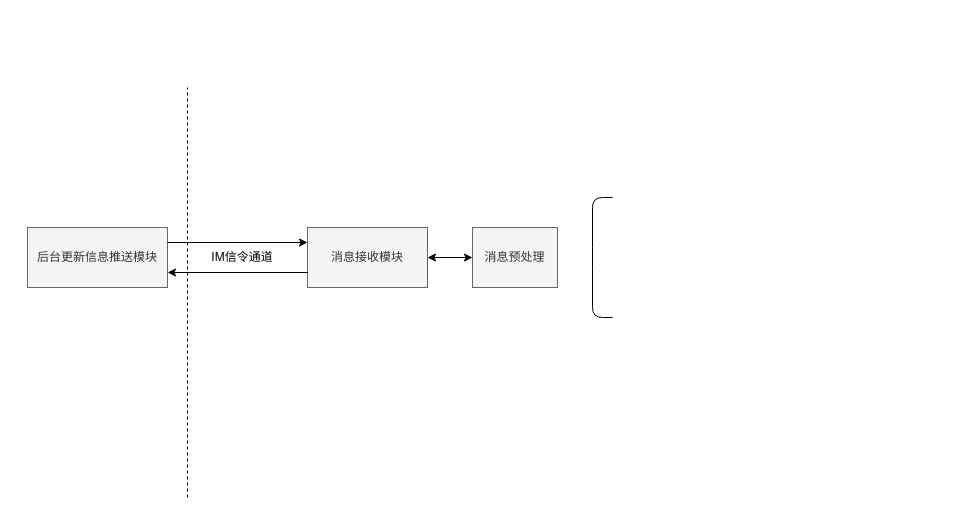
klarm/blog keeps this draw.io diagram as Untitled Diagram.drawio. Above is the earlier version. Source tidied: cells renumbered, new cells numbered last; positions are measured from the earlier drawing's top-left corner, leaving out a move shared by most shapes. Both pictures are drawn from the tidied source at 100%, with x=0, y=0 at pixel (27, 87).
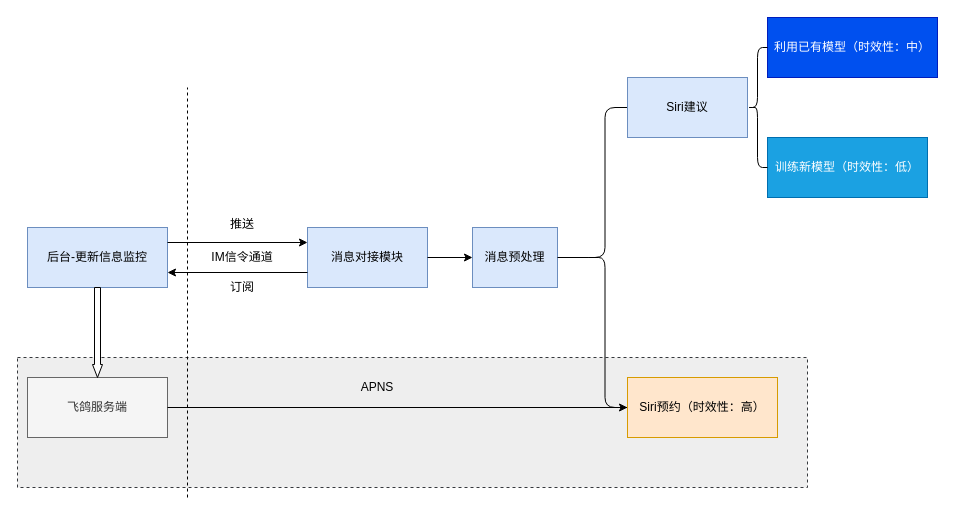
The same diagram, later.

The edit, as a diff of the source:
```diff
@@
+    <mxCell id="11" style="rounded=0;whiteSpace=wrap;html=1;dashed=1;fillColor=#eeeeee;strokeColor=#36393d;" parent="1" vertex="1">
+      <mxGeometry x="-10" y="270" width="790" height="130" as="geometry" />
+    </mxCell>
-    <mxCell id="2" value="后台更新信息推送模块" style="rounded=0;whiteSpace=wrap;html=1;fillColor=#f5f5f5;strokeColor=#666666;fontColor=#333333;" parent="1" vertex="1">
+    <mxCell id="2" value="后台-更新信息监控" style="rounded=0;whiteSpace=wrap;html=1;fillColor=#dae8fc;strokeColor=#6c8ebf;" parent="1" vertex="1">
       <mxGeometry y="140" width="140" height="60" as="geometry" />
     </mxCell>
-    <mxCell id="3" value="消息接收模块" style="rounded=0;whiteSpace=wrap;html=1;fillColor=#f5f5f5;strokeColor=#666666;fontColor=#333333;" parent="1" vertex="1">
+    <mxCell id="3" value="消息对接模块" style="rounded=0;whiteSpace=wrap;html=1;fillColor=#dae8fc;strokeColor=#6c8ebf;" parent="1" vertex="1">
       <mxGeometry x="280" y="140" width="120" height="60" as="geometry" />
     </mxCell>
@@
-    <mxCell id="8" value="消息预处理" style="rounded=0;whiteSpace=wrap;html=1;fillColor=#f5f5f5;strokeColor=#666666;fontColor=#333333;" parent="1" vertex="1">
+    <mxCell id="8" value="消息预处理" style="rounded=0;whiteSpace=wrap;html=1;fillColor=#dae8fc;strokeColor=#6c8ebf;" parent="1" vertex="1">
       <mxGeometry x="445" y="140" width="85" height="60" as="geometry" />
     </mxCell>
-    <mxCell id="9" style="shape=curlyBracket;whiteSpace=wrap;html=1;rounded=1;size=0;" parent="1" vertex="1">
-      <mxGeometry x="565" y="110" width="20" height="120" as="geometry" />
-    </mxCell>
-    <mxCell id="10" style="endArrow=classic;startArrow=classic;html=1;exitX=1;exitY=0.5;exitDx=0;exitDy=0;entryX=0;entryY=0.5;entryDx=0;entryDy=0;" parent="1" edge="1" source="3" target="8">
+    <mxCell id="10" style="endArrow=classic;startArrow=none;html=1;exitX=1;exitY=0.5;exitDx=0;exitDy=0;entryX=0;entryY=0.5;entryDx=0;entryDy=0;startFill=0;" parent="1" edge="1" source="3" target="8">
       <mxGeometry relative="1" as="geometry" />
     </mxCell>
+    <mxCell id="12" value="订阅" style="text;html=1;strokeColor=none;fillColor=none;align=center;verticalAlign=middle;whiteSpace=wrap;rounded=0;" parent="1" vertex="1">
+      <mxGeometry x="195" y="190" width="40" height="20" as="geometry" />
+    </mxCell>
+    <mxCell id="13" value="推送" style="text;html=1;strokeColor=none;fillColor=none;align=center;verticalAlign=middle;whiteSpace=wrap;rounded=0;" parent="1" vertex="1">
+      <mxGeometry x="195" y="127" width="40" height="20" as="geometry" />
+    </mxCell>
+    <mxCell id="14" style="shape=curlyBracket;whiteSpace=wrap;html=1;rounded=1;" parent="1" vertex="1">
+      <mxGeometry x="555" y="20" width="45" height="300" as="geometry" />
+    </mxCell>
+    <mxCell id="15" style="endArrow=none;html=1;exitX=1;exitY=0.5;exitDx=0;exitDy=0;" parent="1" edge="1" source="8">
+      <mxGeometry relative="1" as="geometry">
+        <mxPoint x="560" y="170" as="targetPoint" />
+      </mxGeometry>
+    </mxCell>
+    <mxCell id="16" value="Siri建议" style="rounded=0;whiteSpace=wrap;html=1;fillColor=#dae8fc;strokeColor=#6c8ebf;" parent="1" vertex="1">
+      <mxGeometry x="600" y="-10" width="120" height="60" as="geometry" />
+    </mxCell>
+    <mxCell id="17" value="Siri预约（时效性：高）" style="rounded=0;whiteSpace=wrap;html=1;fillColor=#ffe6cc;strokeColor=#d79b00;" parent="1" vertex="1">
+      <mxGeometry x="600" y="290" width="150" height="60" as="geometry" />
+    </mxCell>
+    <mxCell id="18" value="利用已有模型（时效性：中）" style="rounded=0;whiteSpace=wrap;html=1;fillColor=#0050ef;strokeColor=#001DBC;fontColor=#ffffff;" parent="1" vertex="1">
+      <mxGeometry x="740" y="-70" width="170" height="60" as="geometry" />
+    </mxCell>
+    <mxCell id="19" value="训练新模型（时效性：低）" style="rounded=0;whiteSpace=wrap;html=1;fillColor=#1ba1e2;strokeColor=#006EAF;fontColor=#ffffff;" parent="1" vertex="1">
+      <mxGeometry x="740" y="50" width="160" height="60" as="geometry" />
+    </mxCell>
+    <mxCell id="20" style="shape=curlyBracket;whiteSpace=wrap;html=1;rounded=1;" parent="1" vertex="1">
+      <mxGeometry x="720" y="-40" width="20" height="120" as="geometry" />
+    </mxCell>
+    <mxCell id="21" value="飞鸽服务端" style="rounded=0;whiteSpace=wrap;html=1;fillColor=#f5f5f5;strokeColor=#666666;fontColor=#333333;" parent="1" vertex="1">
+      <mxGeometry y="290" width="140" height="60" as="geometry" />
+    </mxCell>
+    <mxCell id="22" style="shape=singleArrow;direction=south;whiteSpace=wrap;html=1;arrowWidth=0.6;arrowSize=0.14444444444444443;" parent="1" vertex="1">
+      <mxGeometry x="65" y="200" width="10" height="90" as="geometry" />
+    </mxCell>
+    <mxCell id="23" style="endArrow=classic;html=1;entryX=0;entryY=0.5;entryDx=0;entryDy=0;" parent="1" edge="1" source="21" target="17">
+      <mxGeometry relative="1" as="geometry" />
+    </mxCell>
+    <mxCell id="24" value="APNS" style="text;html=1;strokeColor=none;fillColor=none;align=center;verticalAlign=middle;whiteSpace=wrap;rounded=0;" parent="1" vertex="1">
+      <mxGeometry x="330" y="290" width="40" height="20" as="geometry" />
+    </mxCell>
```
